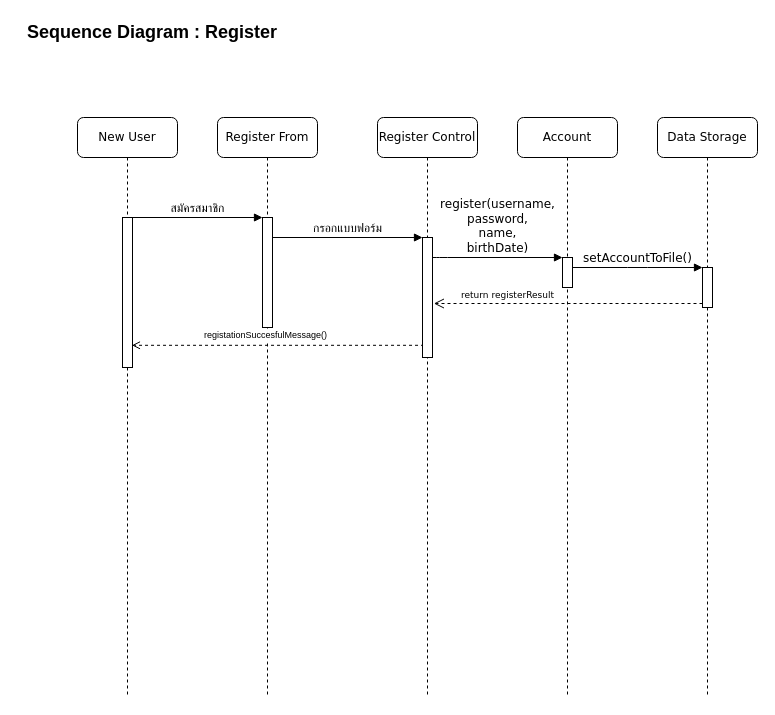
This is Sequence_diagram.drawio from astrrr/Right-posture, a draw.io file, before an edit. Source tidied: cells renumbered, new cells numbered last; positions are measured from the earlier drawing's top-left corner, leaving out a move shared by most shapes. Both pictures are drawn from the tidied source at 100%, with x=0, y=0 at pixel (17, 17).
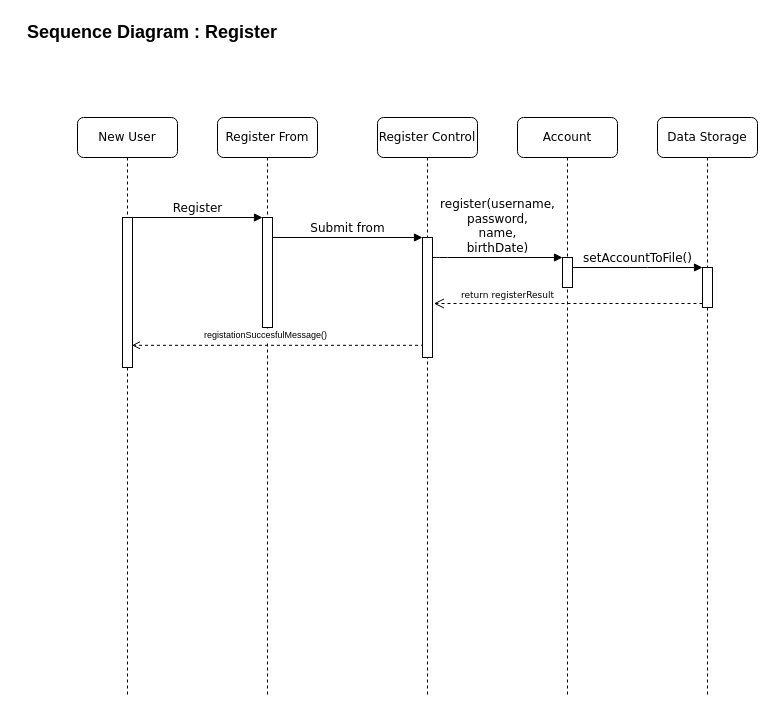
After the change.

Commit message:
change register panel

The change refers to these unchanged cells:
```xml
<mxCell id="3" style="html=1;points=[];perimeter=orthogonalPerimeter;rounded=0;shadow=0;comic=0;labelBackgroundColor=none;strokeWidth=1;fontFamily=Verdana;fontSize=12;align=center;" parent="2" vertex="1">
  <mxGeometry x="45" y="100" width="10" height="110" as="geometry" />
</mxCell>
<mxCell id="5" style="html=1;points=[];perimeter=orthogonalPerimeter;rounded=0;shadow=0;comic=0;labelBackgroundColor=none;strokeWidth=1;fontFamily=Verdana;fontSize=12;align=center;" parent="4" vertex="1">
  <mxGeometry x="45" y="120" width="10" height="120" as="geometry" />
</mxCell>
<mxCell id="8" style="html=1;points=[];perimeter=orthogonalPerimeter;rounded=0;shadow=0;comic=0;labelBackgroundColor=none;strokeWidth=1;fontFamily=Verdana;fontSize=12;align=center;" parent="7" vertex="1">
  <mxGeometry x="45" y="100" width="10" height="150" as="geometry" />
</mxCell>
```

What changed in the source:
```diff
@@
-    <mxCell id="13" value="สมัครสมาชิก" style="html=1;verticalAlign=bottom;endArrow=block;entryX=0;entryY=0;labelBackgroundColor=none;fontFamily=Verdana;fontSize=12;edgeStyle=elbowEdgeStyle;elbow=vertical;" parent="1" edge="1" source="8" target="3">
+    <mxCell id="13" value="Register" style="html=1;verticalAlign=bottom;endArrow=block;entryX=0;entryY=0;labelBackgroundColor=none;fontFamily=Verdana;fontSize=12;edgeStyle=elbowEdgeStyle;elbow=vertical;" parent="1" edge="1" source="8" target="3">
       <mxGeometry relative="1" as="geometry" />
     </mxCell>
-    <mxCell id="14" value="กรอกแบบฟอร์ม" style="html=1;verticalAlign=bottom;endArrow=block;entryX=0;entryY=0;labelBackgroundColor=none;fontFamily=Verdana;fontSize=12;edgeStyle=elbowEdgeStyle;elbow=vertical;" parent="1" edge="1" source="3" target="5">
+    <mxCell id="14" value="Submit from" style="html=1;verticalAlign=bottom;endArrow=block;entryX=0;entryY=0;labelBackgroundColor=none;fontFamily=Verdana;fontSize=12;edgeStyle=elbowEdgeStyle;elbow=vertical;" parent="1" edge="1" source="3" target="5">
       <mxGeometry relative="1" as="geometry" />
     </mxCell>
```
